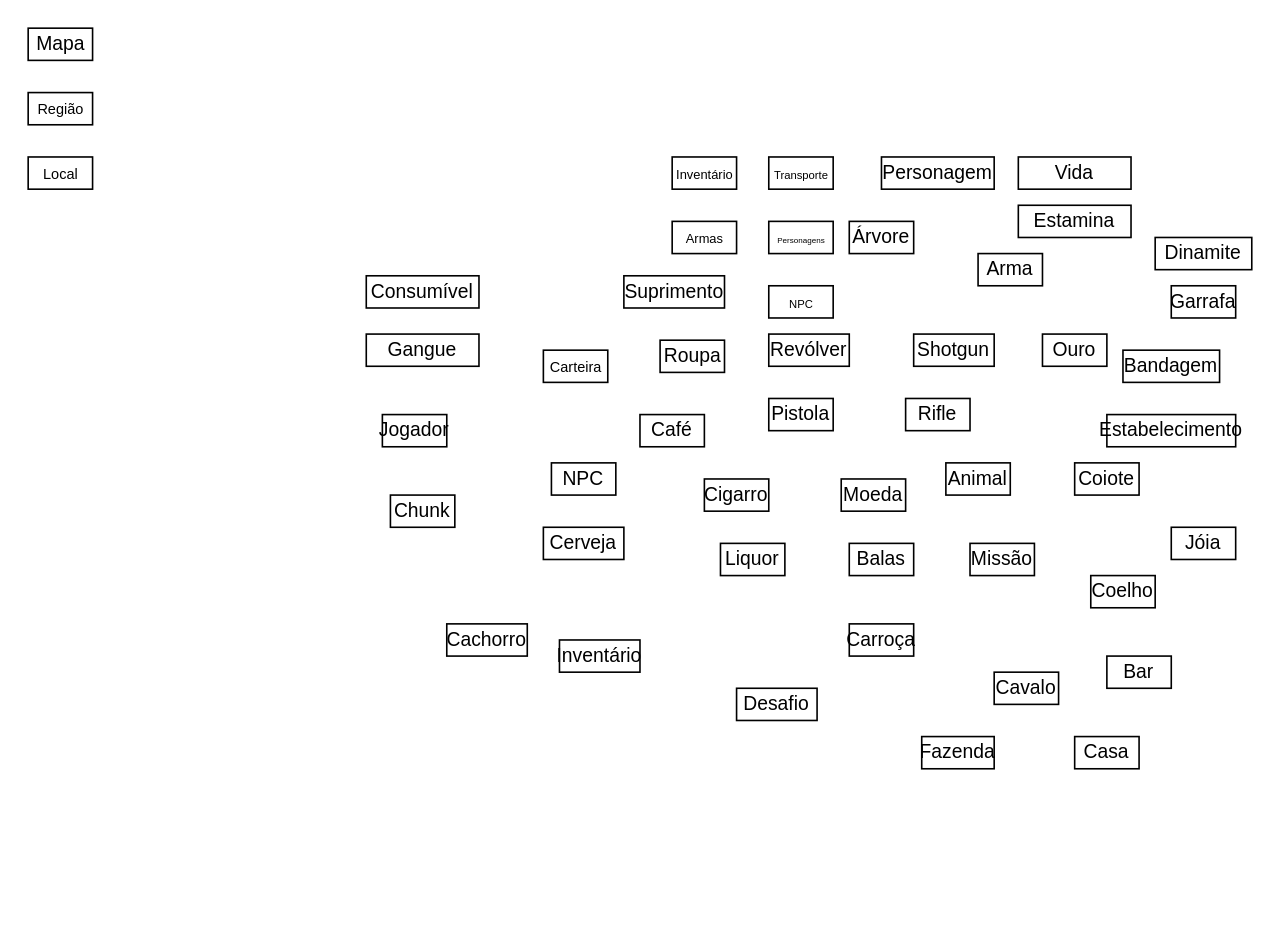
This is assets/img/Untitled Diagram.drawio from SBD1/2024.1-Red_Dead_Redemption2, a draw.io file, before an edit. Source tidied: cells renumbered, new cells numbered last; positions are measured from the earlier drawing's top-left corner, leaving out a move shared by most shapes. Both pictures are drawn from the tidied source at 161%, with x=0, y=0 at pixel (27, 27).
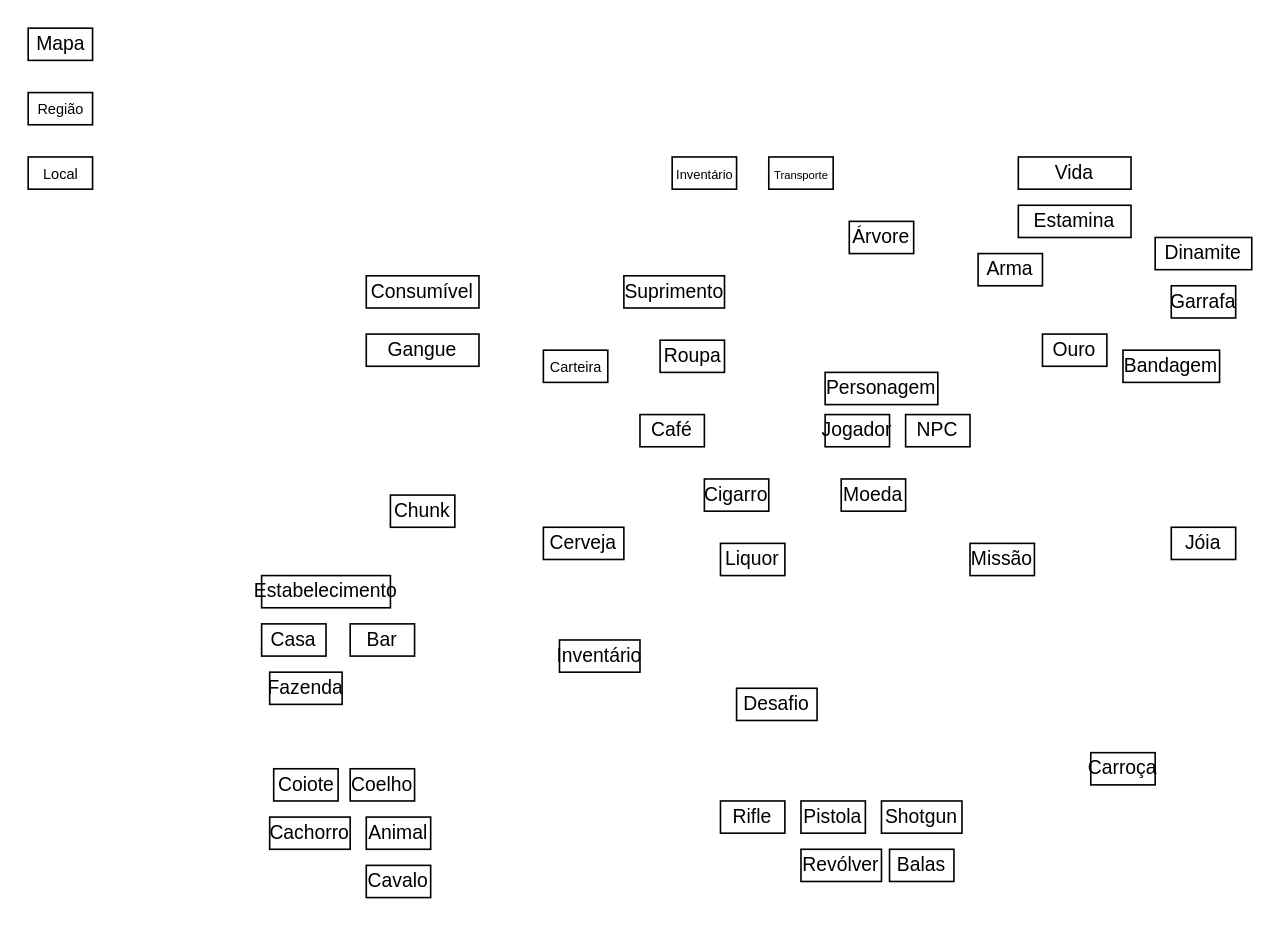
After the change.

The edit, as a diff of the source:
```diff
@@
     <mxCell id="5" value="Personagem" style="whiteSpace=wrap;html=1;" parent="1" vertex="1">
-      <mxGeometry x="530" y="80" width="70" height="20" as="geometry" />
+      <mxGeometry x="495" y="213.8" width="70" height="20" as="geometry" />
     </mxCell>
@@
     <mxCell id="11" value="Revólver" style="whiteSpace=wrap;html=1;" parent="1" vertex="1">
-      <mxGeometry x="460" y="190" width="50" height="20" as="geometry" />
+      <mxGeometry x="480" y="510" width="50" height="20" as="geometry" />
     </mxCell>
@@
     <mxCell id="13" value="Pistola" style="whiteSpace=wrap;html=1;" parent="1" vertex="1">
-      <mxGeometry x="460" y="230" width="40" height="20" as="geometry" />
+      <mxGeometry x="480" y="480" width="40" height="20" as="geometry" />
     </mxCell>
@@
     <mxCell id="15" value="Shotgun" style="whiteSpace=wrap;html=1;" parent="1" vertex="1">
-      <mxGeometry x="550" y="190" width="50" height="20" as="geometry" />
+      <mxGeometry x="530" y="480" width="50" height="20" as="geometry" />
     </mxCell>
-    <mxCell id="16" style="whiteSpace=wrap;html=1;" parent="1" vertex="1">
-      <mxGeometry x="400" y="120" width="40" height="20" as="geometry" />
-    </mxCell>
     <mxCell id="17" value="Rifle" style="whiteSpace=wrap;html=1;" parent="1" vertex="1">
-      <mxGeometry x="545" y="230" width="40" height="20" as="geometry" />
+      <mxGeometry x="430" y="480" width="40" height="20" as="geometry" />
     </mxCell>
-    <mxCell id="18" value="&lt;font style=&quot;font-size: 8px;&quot;&gt;Armas&lt;/font&gt;" style="text;html=1;align=center;verticalAlign=middle;whiteSpace=wrap;rounded=0;" parent="1" vertex="1">
-      <mxGeometry x="407.5" y="126.2" width="25" height="7.5" as="geometry" />
-    </mxCell>
@@
     <mxCell id="20" value="Coiote" style="whiteSpace=wrap;html=1;" parent="1" vertex="1">
-      <mxGeometry x="650" y="270" width="40" height="20" as="geometry" />
+      <mxGeometry x="152.5" y="460" width="40" height="20" as="geometry" />
     </mxCell>
@@
     <mxCell id="25" value="Cachorro" style="whiteSpace=wrap;html=1;" parent="1" vertex="1">
-      <mxGeometry x="260" y="370" width="50" height="20" as="geometry" />
+      <mxGeometry x="150" y="490" width="50" height="20" as="geometry" />
     </mxCell>
@@
-    <mxCell id="28" style="whiteSpace=wrap;html=1;" parent="1" vertex="1">
-      <mxGeometry x="460" y="120" width="40" height="20" as="geometry" />
-    </mxCell>
     <mxCell id="29" value="Coelho" style="whiteSpace=wrap;html=1;" parent="1" vertex="1">
-      <mxGeometry x="660" y="340" width="40" height="20" as="geometry" />
+      <mxGeometry x="200" y="460" width="40" height="20" as="geometry" />
     </mxCell>
-    <mxCell id="30" value="&lt;font style=&quot;font-size: 5px;&quot;&gt;Personagens&lt;/font&gt;" style="text;html=1;align=center;verticalAlign=middle;whiteSpace=wrap;rounded=0;" parent="1" vertex="1">
-      <mxGeometry x="467.5" y="126.2" width="25" height="7.5" as="geometry" />
-    </mxCell>
     <mxCell id="31" value="NPC" style="whiteSpace=wrap;html=1;" parent="1" vertex="1">
-      <mxGeometry x="325" y="270" width="40" height="20" as="geometry" />
+      <mxGeometry x="545" y="240" width="40" height="20" as="geometry" />
     </mxCell>
-    <mxCell id="32" style="whiteSpace=wrap;html=1;" parent="1" vertex="1">
-      <mxGeometry x="460" y="160" width="40" height="20" as="geometry" />
-    </mxCell>
     <mxCell id="33" value="Carroça" style="whiteSpace=wrap;html=1;" parent="1" vertex="1">
-      <mxGeometry x="510" y="370" width="40" height="20" as="geometry" />
+      <mxGeometry x="660" y="450" width="40" height="20" as="geometry" />
     </mxCell>
-    <mxCell id="34" value="&lt;font style=&quot;font-size: 7px;&quot;&gt;NPC&lt;/font&gt;" style="text;html=1;align=center;verticalAlign=middle;whiteSpace=wrap;rounded=0;" parent="1" vertex="1">
-      <mxGeometry x="467.5" y="166.2" width="25" height="7.5" as="geometry" />
-    </mxCell>
     <mxCell id="35" value="Cavalo" style="whiteSpace=wrap;html=1;" parent="1" vertex="1">
-      <mxGeometry x="600" y="400" width="40" height="20" as="geometry" />
+      <mxGeometry x="210" y="520" width="40" height="20" as="geometry" />
     </mxCell>
@@
     <mxCell id="45" value="Animal" style="whiteSpace=wrap;html=1;" parent="1" vertex="1">
-      <mxGeometry x="570" y="270" width="40" height="20" as="geometry" />
+      <mxGeometry x="210" y="490" width="40" height="20" as="geometry" />
     </mxCell>
@@
     <mxCell id="48" value="Balas" style="whiteSpace=wrap;html=1;" parent="1" vertex="1">
-      <mxGeometry x="510" y="320" width="40" height="20" as="geometry" />
+      <mxGeometry x="535" y="510" width="40" height="20" as="geometry" />
     </mxCell>
@@
     <mxCell id="52" value="Jogador" style="whiteSpace=wrap;html=1;" parent="1" vertex="1">
-      <mxGeometry x="220" y="240" width="40" height="20" as="geometry" />
+      <mxGeometry x="495" y="240" width="40" height="20" as="geometry" />
     </mxCell>
@@
     <mxCell id="55" value="Estabelecimento" style="whiteSpace=wrap;html=1;" parent="1" vertex="1">
-      <mxGeometry x="670" y="240" width="80" height="20" as="geometry" />
+      <mxGeometry x="145" y="340" width="80" height="20" as="geometry" />
     </mxCell>
@@
     <mxCell id="57" value="Bar" style="whiteSpace=wrap;html=1;" parent="1" vertex="1">
-      <mxGeometry x="670" y="390" width="40" height="20" as="geometry" />
+      <mxGeometry x="200" y="370" width="40" height="20" as="geometry" />
     </mxCell>
     <mxCell id="58" value="Casa" style="whiteSpace=wrap;html=1;" parent="1" vertex="1">
-      <mxGeometry x="650" y="440" width="40" height="20" as="geometry" />
+      <mxGeometry x="145" y="370" width="40" height="20" as="geometry" />
     </mxCell>
     <mxCell id="59" value="Fazenda" style="whiteSpace=wrap;html=1;" parent="1" vertex="1">
-      <mxGeometry x="555" y="440" width="45" height="20" as="geometry" />
+      <mxGeometry x="150" y="400" width="45" height="20" as="geometry" />
     </mxCell>
```
